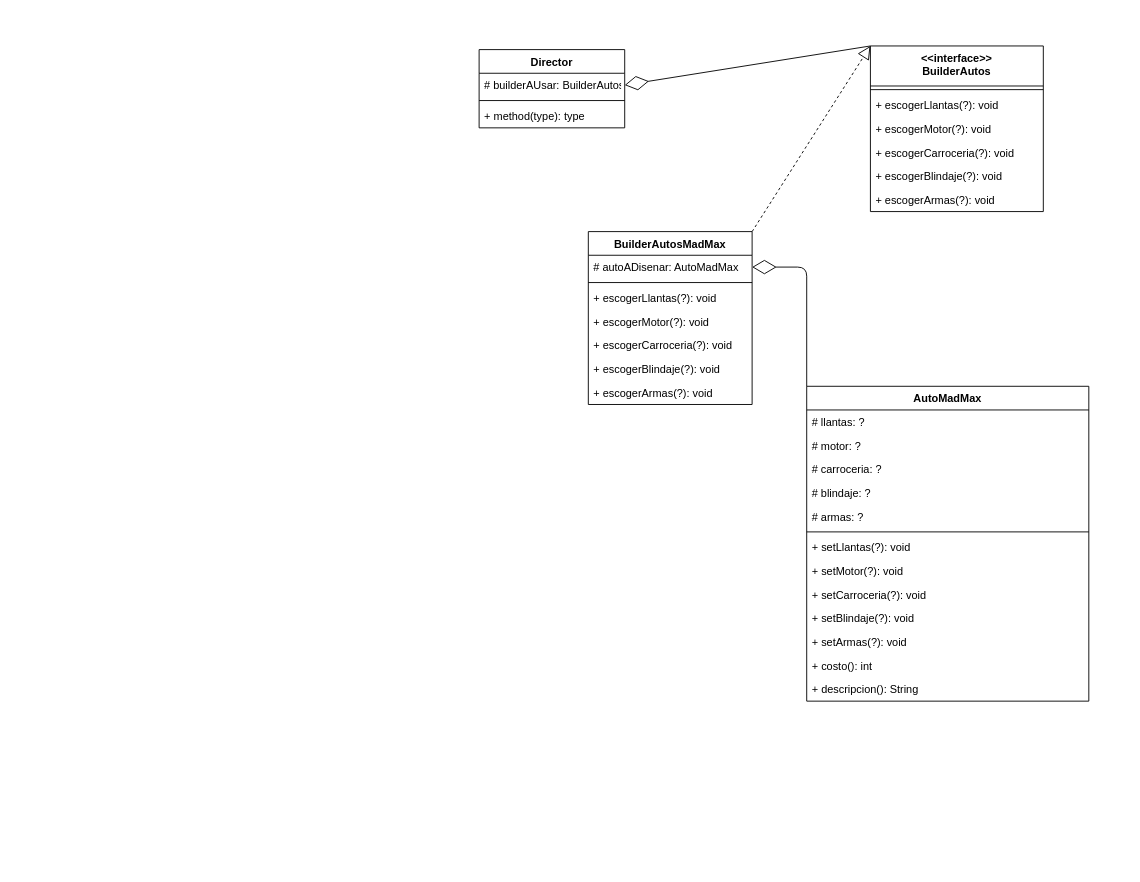
Before: page "Page-2" (2 of 2) of Practica3v3.drawio in Rogarpa/Practica-3-Modelado-y-Programacion, a draw.io diagram. Source tidied: cells renumbered, new cells numbered last; positions are measured from the earlier drawing's top-left corner, leaving out a move shared by most shapes. Both pictures are drawn from the tidied source at 91%, with x=0, y=0 at pixel (479, 46).
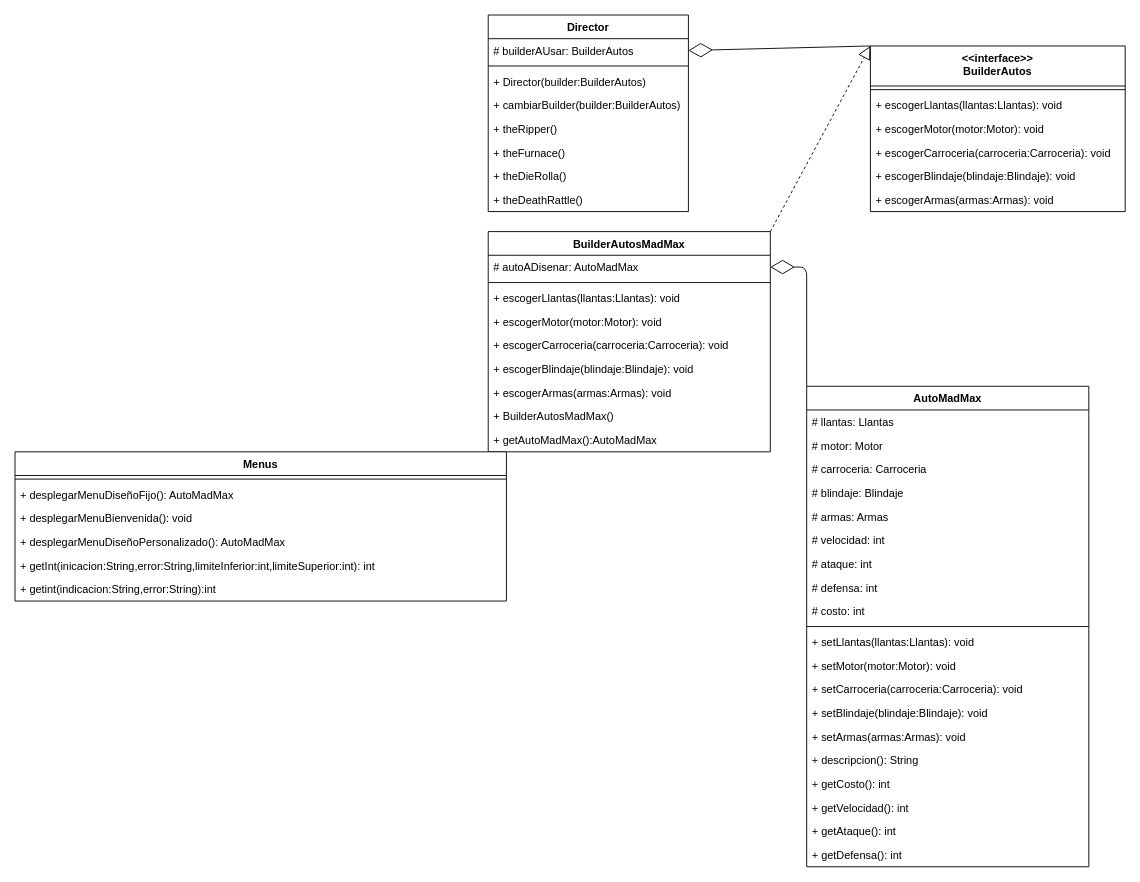
Above is the later version.

What changed in the source:
```diff
@@
     <mxCell id="2" value="&lt;&lt;interface&gt;&gt;&#10;BuilderAutos" style="swimlane;fontStyle=1;align=center;verticalAlign=top;horizontal=1;startSize=44;" parent="1" vertex="1">
-      <mxGeometry x="430" width="190" height="182" as="geometry" />
+      <mxGeometry x="430" width="280" height="182" as="geometry" />
     </mxCell>
     <mxCell id="3" style="line;strokeWidth=1;fillColor=none;align=left;verticalAlign=middle;spacingTop=-1;spacingLeft=3;spacingRight=3;labelPosition=right;" parent="2" vertex="1">
-      <mxGeometry y="44" width="190" height="8" as="geometry" />
+      <mxGeometry y="44" width="280" height="8" as="geometry" />
     </mxCell>
-    <mxCell id="4" value="+ escogerLlantas(?): void" style="text;strokeColor=none;fillColor=none;align=left;verticalAlign=top;spacingLeft=4;spacingRight=4;overflow=hidden;" parent="2" vertex="1">
-      <mxGeometry y="52" width="190" height="26" as="geometry" />
+    <mxCell id="4" value="+ escogerLlantas(llantas:Llantas): void" style="text;strokeColor=none;fillColor=none;align=left;verticalAlign=top;spacingLeft=4;spacingRight=4;overflow=hidden;" parent="2" vertex="1">
+      <mxGeometry y="52" width="280" height="26" as="geometry" />
     </mxCell>
-    <mxCell id="5" value="+ escogerMotor(?): void" style="text;strokeColor=none;fillColor=none;align=left;verticalAlign=top;spacingLeft=4;spacingRight=4;overflow=hidden;" parent="2" vertex="1">
-      <mxGeometry y="78" width="190" height="26" as="geometry" />
+    <mxCell id="5" value="+ escogerMotor(motor:Motor): void" style="text;strokeColor=none;fillColor=none;align=left;verticalAlign=top;spacingLeft=4;spacingRight=4;overflow=hidden;" parent="2" vertex="1">
+      <mxGeometry y="78" width="280" height="26" as="geometry" />
     </mxCell>
-    <mxCell id="6" value="+ escogerCarroceria(?): void" style="text;strokeColor=none;fillColor=none;align=left;verticalAlign=top;spacingLeft=4;spacingRight=4;overflow=hidden;" parent="2" vertex="1">
-      <mxGeometry y="104" width="190" height="26" as="geometry" />
+    <mxCell id="6" value="+ escogerCarroceria(carroceria:Carroceria): void" style="text;strokeColor=none;fillColor=none;align=left;verticalAlign=top;spacingLeft=4;spacingRight=4;overflow=hidden;" parent="2" vertex="1">
+      <mxGeometry y="104" width="280" height="26" as="geometry" />
     </mxCell>
-    <mxCell id="7" value="+ escogerBlindaje(?): void" style="text;strokeColor=none;fillColor=none;align=left;verticalAlign=top;spacingLeft=4;spacingRight=4;overflow=hidden;" parent="2" vertex="1">
-      <mxGeometry y="130" width="190" height="26" as="geometry" />
+    <mxCell id="7" value="+ escogerBlindaje(blindaje:Blindaje): void" style="text;strokeColor=none;fillColor=none;align=left;verticalAlign=top;spacingLeft=4;spacingRight=4;overflow=hidden;" parent="2" vertex="1">
+      <mxGeometry y="130" width="280" height="26" as="geometry" />
     </mxCell>
-    <mxCell id="8" value="+ escogerArmas(?): void" style="text;strokeColor=none;fillColor=none;align=left;verticalAlign=top;spacingLeft=4;spacingRight=4;overflow=hidden;" parent="2" vertex="1">
-      <mxGeometry y="156" width="190" height="26" as="geometry" />
+    <mxCell id="8" value="+ escogerArmas(armas:Armas): void" style="text;strokeColor=none;fillColor=none;align=left;verticalAlign=top;spacingLeft=4;spacingRight=4;overflow=hidden;" parent="2" vertex="1">
+      <mxGeometry y="156" width="280" height="26" as="geometry" />
     </mxCell>
     <mxCell id="9" value="AutoMadMax" style="swimlane;fontStyle=1;align=center;verticalAlign=top;horizontal=1;startSize=26;" parent="1" vertex="1">
-      <mxGeometry x="360" y="374" width="310" height="346" as="geometry" />
+      <mxGeometry x="360" y="374" width="310" height="528" as="geometry" />
     </mxCell>
-    <mxCell id="10" value="# llantas: ?" style="text;strokeColor=none;fillColor=none;align=left;verticalAlign=top;spacingLeft=4;spacingRight=4;overflow=hidden;" parent="9" vertex="1">
+    <mxCell id="10" value="# llantas: Llantas" style="text;strokeColor=none;fillColor=none;align=left;verticalAlign=top;spacingLeft=4;spacingRight=4;overflow=hidden;" parent="9" vertex="1">
       <mxGeometry y="26" width="310" height="26" as="geometry" />
     </mxCell>
-    <mxCell id="11" value="# motor: ?" style="text;strokeColor=none;fillColor=none;align=left;verticalAlign=top;spacingLeft=4;spacingRight=4;overflow=hidden;" parent="9" vertex="1">
+    <mxCell id="11" value="# motor: Motor" style="text;strokeColor=none;fillColor=none;align=left;verticalAlign=top;spacingLeft=4;spacingRight=4;overflow=hidden;" parent="9" vertex="1">
       <mxGeometry y="52" width="310" height="26" as="geometry" />
     </mxCell>
-    <mxCell id="12" value="# carroceria: ?" style="text;strokeColor=none;fillColor=none;align=left;verticalAlign=top;spacingLeft=4;spacingRight=4;overflow=hidden;" parent="9" vertex="1">
+    <mxCell id="12" value="# carroceria: Carroceria" style="text;strokeColor=none;fillColor=none;align=left;verticalAlign=top;spacingLeft=4;spacingRight=4;overflow=hidden;" parent="9" vertex="1">
       <mxGeometry y="78" width="310" height="26" as="geometry" />
     </mxCell>
-    <mxCell id="13" value="# blindaje: ?" style="text;strokeColor=none;fillColor=none;align=left;verticalAlign=top;spacingLeft=4;spacingRight=4;overflow=hidden;" parent="9" vertex="1">
+    <mxCell id="13" value="# blindaje: Blindaje" style="text;strokeColor=none;fillColor=none;align=left;verticalAlign=top;spacingLeft=4;spacingRight=4;overflow=hidden;" parent="9" vertex="1">
       <mxGeometry y="104" width="310" height="26" as="geometry" />
     </mxCell>
-    <mxCell id="14" value="# armas: ?" style="text;strokeColor=none;fillColor=none;align=left;verticalAlign=top;spacingLeft=4;spacingRight=4;overflow=hidden;" parent="9" vertex="1">
+    <mxCell id="14" value="# armas: Armas" style="text;strokeColor=none;fillColor=none;align=left;verticalAlign=top;spacingLeft=4;spacingRight=4;overflow=hidden;" parent="9" vertex="1">
       <mxGeometry y="130" width="310" height="26" as="geometry" />
     </mxCell>
+    <mxCell id="38" value="# velocidad: int" style="text;strokeColor=none;fillColor=none;align=left;verticalAlign=top;spacingLeft=4;spacingRight=4;overflow=hidden;" parent="9" vertex="1">
+      <mxGeometry y="156" width="310" height="26" as="geometry" />
+    </mxCell>
+    <mxCell id="39" value="# ataque: int" style="text;strokeColor=none;fillColor=none;align=left;verticalAlign=top;spacingLeft=4;spacingRight=4;overflow=hidden;" parent="9" vertex="1">
+      <mxGeometry y="182" width="310" height="26" as="geometry" />
+    </mxCell>
+    <mxCell id="40" value="# defensa: int" style="text;strokeColor=none;fillColor=none;align=left;verticalAlign=top;spacingLeft=4;spacingRight=4;overflow=hidden;" parent="9" vertex="1">
+      <mxGeometry y="208" width="310" height="26" as="geometry" />
+    </mxCell>
+    <mxCell id="41" value="# costo: int" style="text;strokeColor=none;fillColor=none;align=left;verticalAlign=top;spacingLeft=4;spacingRight=4;overflow=hidden;" parent="9" vertex="1">
+      <mxGeometry y="234" width="310" height="26" as="geometry" />
+    </mxCell>
     <mxCell id="15" style="line;strokeWidth=1;fillColor=none;align=left;verticalAlign=middle;spacingTop=-1;spacingLeft=3;spacingRight=3;labelPosition=right;" parent="9" vertex="1">
-      <mxGeometry y="156" width="310" height="8" as="geometry" />
+      <mxGeometry y="260" width="310" height="8" as="geometry" />
     </mxCell>
-    <mxCell id="16" value="+ setLlantas(?): void" style="text;strokeColor=none;fillColor=none;align=left;verticalAlign=top;spacingLeft=4;spacingRight=4;overflow=hidden;" parent="9" vertex="1">
-      <mxGeometry y="164" width="310" height="26" as="geometry" />
+    <mxCell id="16" value="+ setLlantas(llantas:Llantas): void" style="text;strokeColor=none;fillColor=none;align=left;verticalAlign=top;spacingLeft=4;spacingRight=4;overflow=hidden;" parent="9" vertex="1">
+      <mxGeometry y="268" width="310" height="26" as="geometry" />
     </mxCell>
-    <mxCell id="17" value="+ setMotor(?): void" style="text;strokeColor=none;fillColor=none;align=left;verticalAlign=top;spacingLeft=4;spacingRight=4;overflow=hidden;" parent="9" vertex="1">
-      <mxGeometry y="190" width="310" height="26" as="geometry" />
+    <mxCell id="17" value="+ setMotor(motor:Motor): void" style="text;strokeColor=none;fillColor=none;align=left;verticalAlign=top;spacingLeft=4;spacingRight=4;overflow=hidden;" parent="9" vertex="1">
+      <mxGeometry y="294" width="310" height="26" as="geometry" />
     </mxCell>
-    <mxCell id="18" value="+ setCarroceria(?): void" style="text;strokeColor=none;fillColor=none;align=left;verticalAlign=top;spacingLeft=4;spacingRight=4;overflow=hidden;" parent="9" vertex="1">
-      <mxGeometry y="216" width="310" height="26" as="geometry" />
+    <mxCell id="18" value="+ setCarroceria(carroceria:Carroceria): void" style="text;strokeColor=none;fillColor=none;align=left;verticalAlign=top;spacingLeft=4;spacingRight=4;overflow=hidden;" parent="9" vertex="1">
+      <mxGeometry y="320" width="310" height="26" as="geometry" />
     </mxCell>
-    <mxCell id="19" value="+ setBlindaje(?): void" style="text;strokeColor=none;fillColor=none;align=left;verticalAlign=top;spacingLeft=4;spacingRight=4;overflow=hidden;" parent="9" vertex="1">
-      <mxGeometry y="242" width="310" height="26" as="geometry" />
+    <mxCell id="19" value="+ setBlindaje(blindaje:Blindaje): void" style="text;strokeColor=none;fillColor=none;align=left;verticalAlign=top;spacingLeft=4;spacingRight=4;overflow=hidden;" parent="9" vertex="1">
+      <mxGeometry y="346" width="310" height="26" as="geometry" />
     </mxCell>
-    <mxCell id="20" value="+ setArmas(?): void" style="text;strokeColor=none;fillColor=none;align=left;verticalAlign=top;spacingLeft=4;spacingRight=4;overflow=hidden;" parent="9" vertex="1">
-      <mxGeometry y="268" width="310" height="26" as="geometry" />
+    <mxCell id="20" value="+ setArmas(armas:Armas): void" style="text;strokeColor=none;fillColor=none;align=left;verticalAlign=top;spacingLeft=4;spacingRight=4;overflow=hidden;" parent="9" vertex="1">
+      <mxGeometry y="372" width="310" height="26" as="geometry" />
     </mxCell>
-    <mxCell id="21" value="+ costo(): int" style="text;strokeColor=none;fillColor=none;align=left;verticalAlign=top;spacingLeft=4;spacingRight=4;overflow=hidden;" parent="9" vertex="1">
-      <mxGeometry y="294" width="310" height="26" as="geometry" />
-    </mxCell>
     <mxCell id="22" value="+ descripcion(): String" style="text;strokeColor=none;fillColor=none;align=left;verticalAlign=top;spacingLeft=4;spacingRight=4;overflow=hidden;" parent="9" vertex="1">
-      <mxGeometry y="320" width="310" height="26" as="geometry" />
+      <mxGeometry y="398" width="310" height="26" as="geometry" />
     </mxCell>
+    <mxCell id="42" value="+ getCosto(): int" style="text;strokeColor=none;fillColor=none;align=left;verticalAlign=top;spacingLeft=4;spacingRight=4;overflow=hidden;" parent="9" vertex="1">
+      <mxGeometry y="424" width="310" height="26" as="geometry" />
+    </mxCell>
+    <mxCell id="43" value="+ getVelocidad(): int" style="text;strokeColor=none;fillColor=none;align=left;verticalAlign=top;spacingLeft=4;spacingRight=4;overflow=hidden;" parent="9" vertex="1">
+      <mxGeometry y="450" width="310" height="26" as="geometry" />
+    </mxCell>
+    <mxCell id="44" value="+ getAtaque(): int" style="text;strokeColor=none;fillColor=none;align=left;verticalAlign=top;spacingLeft=4;spacingRight=4;overflow=hidden;" parent="9" vertex="1">
+      <mxGeometry y="476" width="310" height="26" as="geometry" />
+    </mxCell>
+    <mxCell id="45" value="+ getDefensa(): int" style="text;strokeColor=none;fillColor=none;align=left;verticalAlign=top;spacingLeft=4;spacingRight=4;overflow=hidden;" parent="9" vertex="1">
+      <mxGeometry y="502" width="310" height="26" as="geometry" />
+    </mxCell>
     <mxCell id="23" value="BuilderAutosMadMax" style="swimlane;fontStyle=1;align=center;verticalAlign=top;horizontal=1;startSize=26;" parent="1" vertex="1">
-      <mxGeometry x="120" y="204" width="180" height="190" as="geometry" />
+      <mxGeometry x="10" y="204" width="310" height="242" as="geometry" />
     </mxCell>
     <mxCell id="24" value="# autoADisenar: AutoMadMax" style="text;strokeColor=none;fillColor=none;align=left;verticalAlign=top;spacingLeft=4;spacingRight=4;overflow=hidden;points=[[0,0.5],[1,0.5]];portConstraint=eastwest;" parent="23" vertex="1">
-      <mxGeometry y="26" width="180" height="26" as="geometry" />
+      <mxGeometry y="26" width="310" height="26" as="geometry" />
     </mxCell>
     <mxCell id="25" style="line;strokeWidth=1;fillColor=none;align=left;verticalAlign=middle;spacingTop=-1;spacingLeft=3;spacingRight=3;labelPosition=right;" parent="23" vertex="1">
-      <mxGeometry y="52" width="180" height="8" as="geometry" />
+      <mxGeometry y="52" width="310" height="8" as="geometry" />
     </mxCell>
-    <mxCell id="26" value="+ escogerLlantas(?): void" style="text;strokeColor=none;fillColor=none;align=left;verticalAlign=top;spacingLeft=4;spacingRight=4;overflow=hidden;" parent="23" vertex="1">
-      <mxGeometry y="60" width="180" height="26" as="geometry" />
+    <mxCell id="26" value="+ escogerLlantas(llantas:Llantas): void" style="text;strokeColor=none;fillColor=none;align=left;verticalAlign=top;spacingLeft=4;spacingRight=4;overflow=hidden;" parent="23" vertex="1">
+      <mxGeometry y="60" width="310" height="26" as="geometry" />
     </mxCell>
-    <mxCell id="27" value="+ escogerMotor(?): void" style="text;strokeColor=none;fillColor=none;align=left;verticalAlign=top;spacingLeft=4;spacingRight=4;overflow=hidden;" parent="23" vertex="1">
-      <mxGeometry y="86" width="180" height="26" as="geometry" />
+    <mxCell id="27" value="+ escogerMotor(motor:Motor): void" style="text;strokeColor=none;fillColor=none;align=left;verticalAlign=top;spacingLeft=4;spacingRight=4;overflow=hidden;" parent="23" vertex="1">
+      <mxGeometry y="86" width="310" height="26" as="geometry" />
     </mxCell>
-    <mxCell id="28" value="+ escogerCarroceria(?): void" style="text;strokeColor=none;fillColor=none;align=left;verticalAlign=top;spacingLeft=4;spacingRight=4;overflow=hidden;" parent="23" vertex="1">
-      <mxGeometry y="112" width="180" height="26" as="geometry" />
+    <mxCell id="28" value="+ escogerCarroceria(carroceria:Carroceria): void" style="text;strokeColor=none;fillColor=none;align=left;verticalAlign=top;spacingLeft=4;spacingRight=4;overflow=hidden;" parent="23" vertex="1">
+      <mxGeometry y="112" width="310" height="26" as="geometry" />
     </mxCell>
-    <mxCell id="29" value="+ escogerBlindaje(?): void" style="text;strokeColor=none;fillColor=none;align=left;verticalAlign=top;spacingLeft=4;spacingRight=4;overflow=hidden;" parent="23" vertex="1">
-      <mxGeometry y="138" width="180" height="26" as="geometry" />
+    <mxCell id="29" value="+ escogerBlindaje(blindaje:Blindaje): void" style="text;strokeColor=none;fillColor=none;align=left;verticalAlign=top;spacingLeft=4;spacingRight=4;overflow=hidden;" parent="23" vertex="1">
+      <mxGeometry y="138" width="310" height="26" as="geometry" />
     </mxCell>
-    <mxCell id="30" value="+ escogerArmas(?): void" style="text;strokeColor=none;fillColor=none;align=left;verticalAlign=top;spacingLeft=4;spacingRight=4;overflow=hidden;" parent="23" vertex="1">
-      <mxGeometry y="164" width="180" height="26" as="geometry" />
+    <mxCell id="30" value="+ escogerArmas(armas:Armas): void" style="text;strokeColor=none;fillColor=none;align=left;verticalAlign=top;spacingLeft=4;spacingRight=4;overflow=hidden;" parent="23" vertex="1">
+      <mxGeometry y="164" width="310" height="26" as="geometry" />
     </mxCell>
+    <mxCell id="46" value="+ BuilderAutosMadMax()" style="text;strokeColor=none;fillColor=none;align=left;verticalAlign=top;spacingLeft=4;spacingRight=4;overflow=hidden;" parent="23" vertex="1">
+      <mxGeometry y="190" width="310" height="26" as="geometry" />
+    </mxCell>
+    <mxCell id="47" value="+ getAutoMadMax():AutoMadMax" style="text;strokeColor=none;fillColor=none;align=left;verticalAlign=top;spacingLeft=4;spacingRight=4;overflow=hidden;" parent="23" vertex="1">
+      <mxGeometry y="216" width="310" height="26" as="geometry" />
+    </mxCell>
     <mxCell id="31" value="Director" style="swimlane;fontStyle=1;align=center;verticalAlign=top;horizontal=1;startSize=26;" parent="1" vertex="1">
-      <mxGeometry y="4" width="160" height="86" as="geometry" />
+      <mxGeometry x="10" y="-34" width="220" height="216" as="geometry" />
     </mxCell>
     <mxCell id="32" value="# builderAUsar: BuilderAutos" style="text;strokeColor=none;fillColor=none;align=left;verticalAlign=top;spacingLeft=4;spacingRight=4;overflow=hidden;points=[[0,0.5],[1,0.5]];portConstraint=eastwest;" parent="31" vertex="1">
-      <mxGeometry y="26" width="160" height="26" as="geometry" />
+      <mxGeometry y="26" width="220" height="26" as="geometry" />
     </mxCell>
     <mxCell id="33" style="line;strokeWidth=1;fillColor=none;align=left;verticalAlign=middle;spacingTop=-1;spacingLeft=3;spacingRight=3;labelPosition=right;" parent="31" vertex="1">
-      <mxGeometry y="52" width="160" height="8" as="geometry" />
+      <mxGeometry y="52" width="220" height="8" as="geometry" />
     </mxCell>
-    <mxCell id="34" value="+ method(type): type" style="text;strokeColor=none;fillColor=none;align=left;verticalAlign=top;spacingLeft=4;spacingRight=4;overflow=hidden;" parent="31" vertex="1">
-      <mxGeometry y="60" width="160" height="26" as="geometry" />
+    <mxCell id="34" value="+ Director(builder:BuilderAutos)" style="text;strokeColor=none;fillColor=none;align=left;verticalAlign=top;spacingLeft=4;spacingRight=4;overflow=hidden;" parent="31" vertex="1">
+      <mxGeometry y="60" width="220" height="26" as="geometry" />
     </mxCell>
+    <mxCell id="48" value="+ cambiarBuilder(builder:BuilderAutos)" style="text;strokeColor=none;fillColor=none;align=left;verticalAlign=top;spacingLeft=4;spacingRight=4;overflow=hidden;" parent="31" vertex="1">
+      <mxGeometry y="86" width="220" height="26" as="geometry" />
+    </mxCell>
+    <mxCell id="49" value="+ theRipper()" style="text;strokeColor=none;fillColor=none;align=left;verticalAlign=top;spacingLeft=4;spacingRight=4;overflow=hidden;" parent="31" vertex="1">
+      <mxGeometry y="112" width="220" height="26" as="geometry" />
+    </mxCell>
+    <mxCell id="50" value="+ theFurnace()" style="text;strokeColor=none;fillColor=none;align=left;verticalAlign=top;spacingLeft=4;spacingRight=4;overflow=hidden;" parent="31" vertex="1">
+      <mxGeometry y="138" width="220" height="26" as="geometry" />
+    </mxCell>
+    <mxCell id="51" value="+ theDieRolla()" style="text;strokeColor=none;fillColor=none;align=left;verticalAlign=top;spacingLeft=4;spacingRight=4;overflow=hidden;" parent="31" vertex="1">
+      <mxGeometry y="164" width="220" height="26" as="geometry" />
+    </mxCell>
+    <mxCell id="52" value="+ theDeathRattle()" style="text;strokeColor=none;fillColor=none;align=left;verticalAlign=top;spacingLeft=4;spacingRight=4;overflow=hidden;" parent="31" vertex="1">
+      <mxGeometry y="190" width="220" height="26" as="geometry" />
+    </mxCell>
@@
+    <mxCell id="53" value="Menus" style="swimlane;fontStyle=1;align=center;verticalAlign=top;horizontal=1;startSize=26;" parent="1" vertex="1">
+      <mxGeometry x="-510" y="446" width="540" height="164" as="geometry" />
+    </mxCell>
+    <mxCell id="54" style="line;strokeWidth=1;fillColor=none;align=left;verticalAlign=middle;spacingTop=-1;spacingLeft=3;spacingRight=3;labelPosition=right;" parent="53" vertex="1">
+      <mxGeometry y="26" width="540" height="8" as="geometry" />
+    </mxCell>
+    <mxCell id="55" value="+ desplegarMenuDiseñoFijo(): AutoMadMax" style="text;strokeColor=none;fillColor=none;align=left;verticalAlign=top;spacingLeft=4;spacingRight=4;overflow=hidden;" parent="53" vertex="1">
+      <mxGeometry y="34" width="540" height="26" as="geometry" />
+    </mxCell>
+    <mxCell id="56" value="+ desplegarMenuBienvenida(): void" style="text;strokeColor=none;fillColor=none;align=left;verticalAlign=top;spacingLeft=4;spacingRight=4;overflow=hidden;" parent="53" vertex="1">
+      <mxGeometry y="60" width="540" height="26" as="geometry" />
+    </mxCell>
+    <mxCell id="57" value="+ desplegarMenuDiseñoPersonalizado(): AutoMadMax" style="text;strokeColor=none;fillColor=none;align=left;verticalAlign=top;spacingLeft=4;spacingRight=4;overflow=hidden;" parent="53" vertex="1">
+      <mxGeometry y="86" width="540" height="26" as="geometry" />
+    </mxCell>
+    <mxCell id="58" value="+ getInt(inicacion:String,error:String,limiteInferior:int,limiteSuperior:int): int" style="text;strokeColor=none;fillColor=none;align=left;verticalAlign=top;spacingLeft=4;spacingRight=4;overflow=hidden;" parent="53" vertex="1">
+      <mxGeometry y="112" width="540" height="26" as="geometry" />
+    </mxCell>
+    <mxCell id="59" value="+ getint(indicacion:String,error:String):int" style="text;strokeColor=none;fillColor=none;align=left;verticalAlign=top;spacingLeft=4;spacingRight=4;overflow=hidden;" parent="53" vertex="1">
+      <mxGeometry y="138" width="540" height="26" as="geometry" />
+    </mxCell>
```
